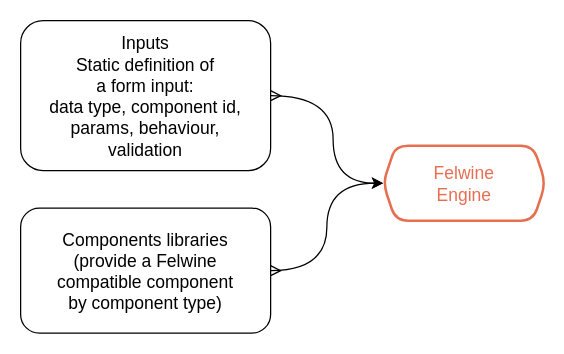
Earlier version of the draw.io diagram static/diagrams/source/architecture.drawio (notifiles/documentation). Source tidied: cells renumbered, new cells numbered last; positions are measured from the earlier drawing's top-left corner, leaving out a move shared by most shapes. Both pictures are drawn from the tidied source at 125%, with x=0, y=0 at pixel (20, 20).
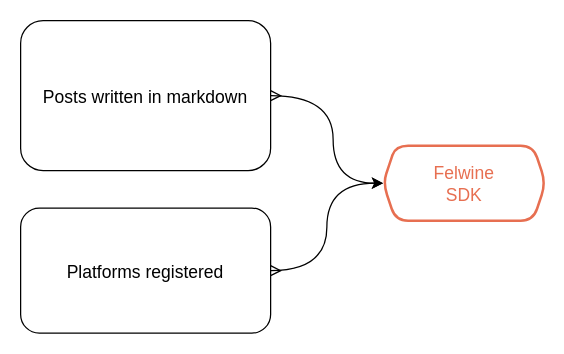
The same page after the edit.

Change to the diagram source:
```diff
@@
 <mxGraphModel>
   <root>
     <mxCell id="0" />
     <mxCell id="1" parent="0" />
-    <mxCell id="2" value="Inputs &#10;Static definition of &#10;a form input:&#10;data type, component id, &#10;params, behaviour, &#10;validation" style="rounded=1;fontFamily=Space Grotesk;fontSize=14;align=center;" parent="1" vertex="1">
+    <mxCell id="2" value="Posts written in markdown" style="rounded=1;fontFamily=Space Grotesk;fontSize=14;align=center;" parent="1" vertex="1">
       <mxGeometry width="200" height="120" as="geometry" />
     </mxCell>
-    <mxCell id="3" value="Felwine&#10;Engine" style="shape=hexagon;perimeter=hexagonPerimeter2;fixedSize=1;rounded=1;size=10;fontFamily=Space Grotesk;fontStyle=0;strokeColor=#e76f51;strokeWidth=2;fontColor=#E76F51;fontSize=14;" parent="1" vertex="1">
+    <mxCell id="3" value="Felwine&#10;SDK" style="shape=hexagon;perimeter=hexagonPerimeter2;fixedSize=1;rounded=1;size=10;fontFamily=Space Grotesk;fontStyle=0;strokeColor=#e76f51;strokeWidth=2;fontColor=#E76F51;fontSize=14;" parent="1" vertex="1">
       <mxGeometry x="290" y="100" width="130" height="60" as="geometry" />
     </mxCell>
     <mxCell id="4" style="edgeStyle=orthogonalEdgeStyle;rounded=0;jettySize=auto;html=1;entryX=0;entryY=0.5;entryDx=0;entryDy=0;startArrow=ERmany;startFill=0;curved=1;exitX=1;exitY=0.5;exitDx=0;exitDy=0;" parent="1" edge="1" source="2" target="3">
       <mxGeometry relative="1" as="geometry">
         <Array as="points">
           <mxPoint x="250" y="60" />
           <mxPoint x="250" y="130" />
         </Array>
       </mxGeometry>
     </mxCell>
     <mxCell id="5" style="edgeStyle=orthogonalEdgeStyle;rounded=0;jettySize=auto;html=1;entryX=0;entryY=0.5;entryDx=0;entryDy=0;curved=1;startArrow=ERmany;startFill=0;" parent="1" edge="1" source="6" target="3">
       <mxGeometry relative="1" as="geometry" />
     </mxCell>
-    <mxCell id="6" value="Components libraries&#10;(provide a Felwine &#10;compatible component &#10;by component type)" style="rounded=1;fontFamily=Space Grotesk;fontSize=14;align=center;" parent="1" vertex="1">
+    <mxCell id="6" value="Platforms registered" style="rounded=1;fontFamily=Space Grotesk;fontSize=14;align=center;" parent="1" vertex="1">
       <mxGeometry y="150" width="200" height="100" as="geometry" />
     </mxCell>
   </root>
 </mxGraphModel>
```
